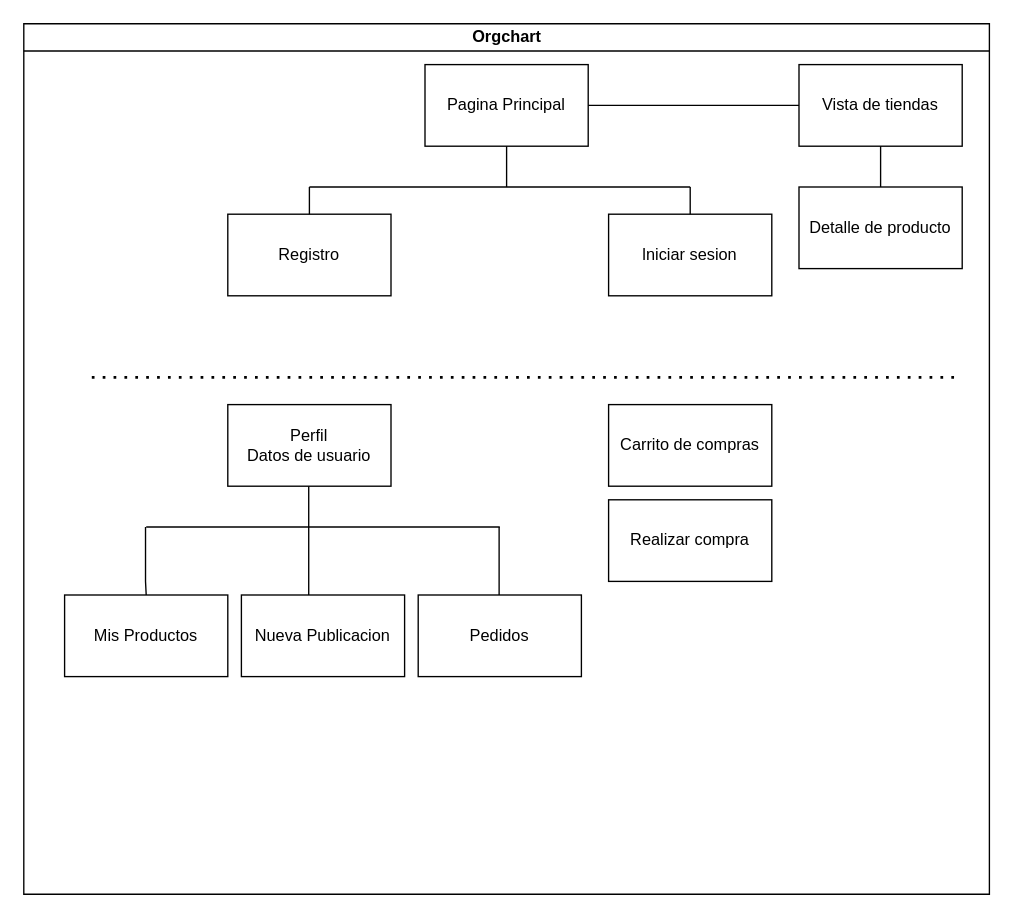
Above: Diagrama sin título.drawio in RodXorDevX/Hito_1 (draw.io), before the change. Source tidied: cells renumbered, new cells numbered last; positions are measured from the earlier drawing's top-left corner, leaving out a move shared by most shapes. Both pictures are drawn from the tidied source at 136%, with x=0, y=0 at pixel (23, 23).
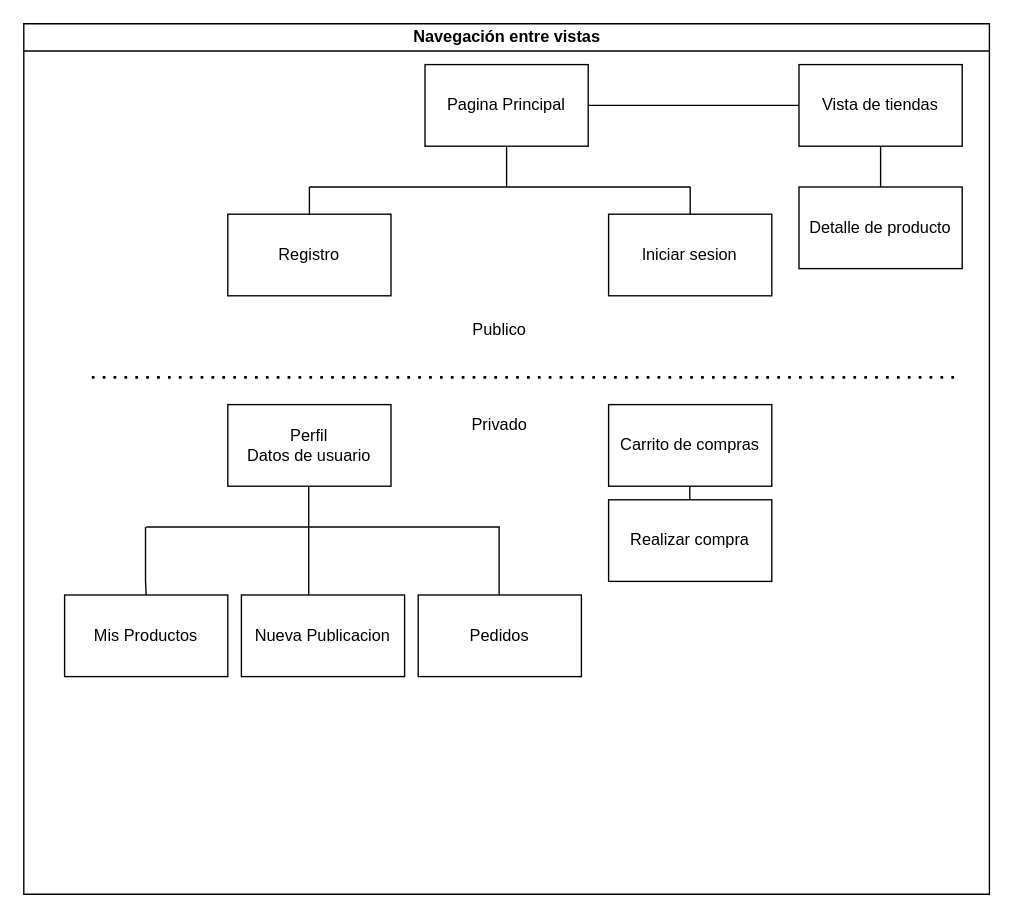
The same diagram, later.

The edit, as a diff of the source:
```diff
@@
-    <mxCell id="2" value="Orgchart" style="swimlane;html=1;startSize=20;horizontal=1;containerType=tree;glass=0;" parent="1" vertex="1">
+    <mxCell id="2" value="Navegación entre vistas" style="swimlane;html=1;startSize=20;horizontal=1;containerType=tree;glass=0;" parent="1" vertex="1">
       <mxGeometry width="710" height="640" as="geometry" />
     </mxCell>
@@
+    <mxCell id="26" style="endArrow=none;html=1;rounded=0;" parent="2" edge="1">
+      <mxGeometry relative="1" as="geometry">
+        <mxPoint x="489.7" y="350" as="sourcePoint" />
+        <mxPoint x="490" y="340" as="targetPoint" />
+        <Array as="points">
+          <mxPoint x="489.7" y="340" />
+        </Array>
+      </mxGeometry>
+    </mxCell>
+    <mxCell id="27" value="Publico" style="text;html=1;align=center;verticalAlign=middle;whiteSpace=wrap;rounded=0;" parent="2" vertex="1">
+      <mxGeometry x="320" y="210" width="60" height="30" as="geometry" />
+    </mxCell>
+    <mxCell id="28" value="Privado" style="text;html=1;align=center;verticalAlign=middle;whiteSpace=wrap;rounded=0;" parent="2" vertex="1">
+      <mxGeometry x="320" y="280" width="60" height="30" as="geometry" />
+    </mxCell>
```
